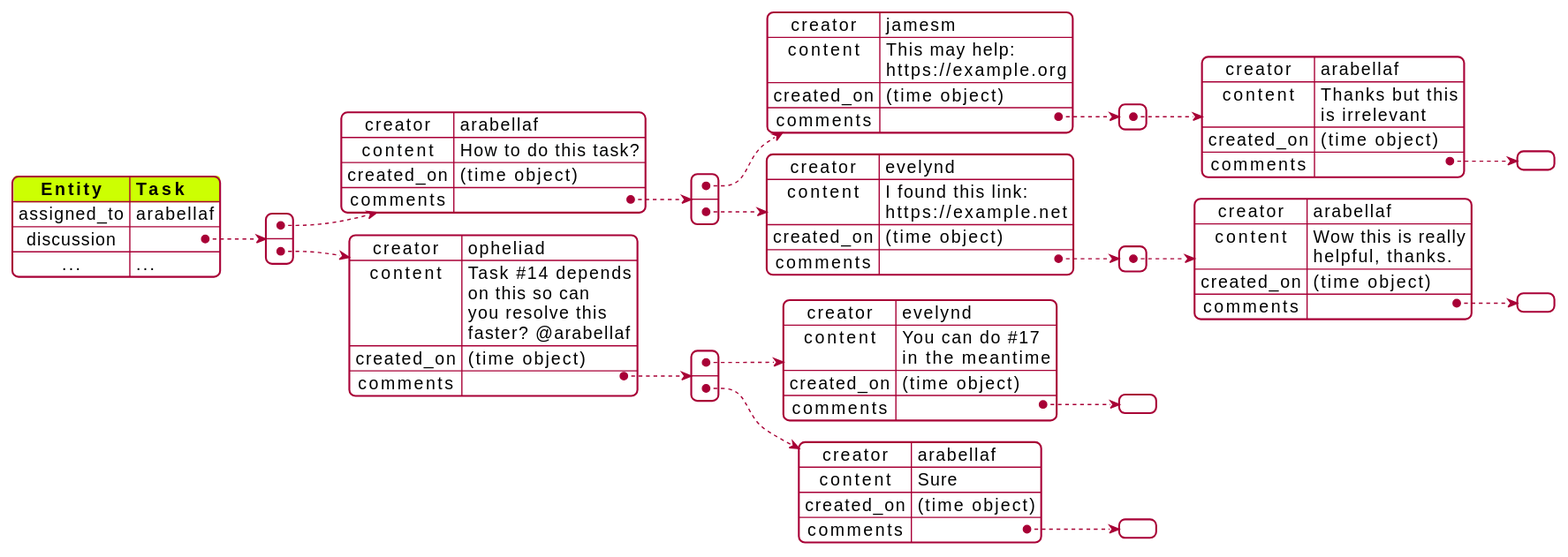
Huy-Ngo/acanban keeps this PlantUML diagram as _images/discussion.svg. Above is the earlier version.
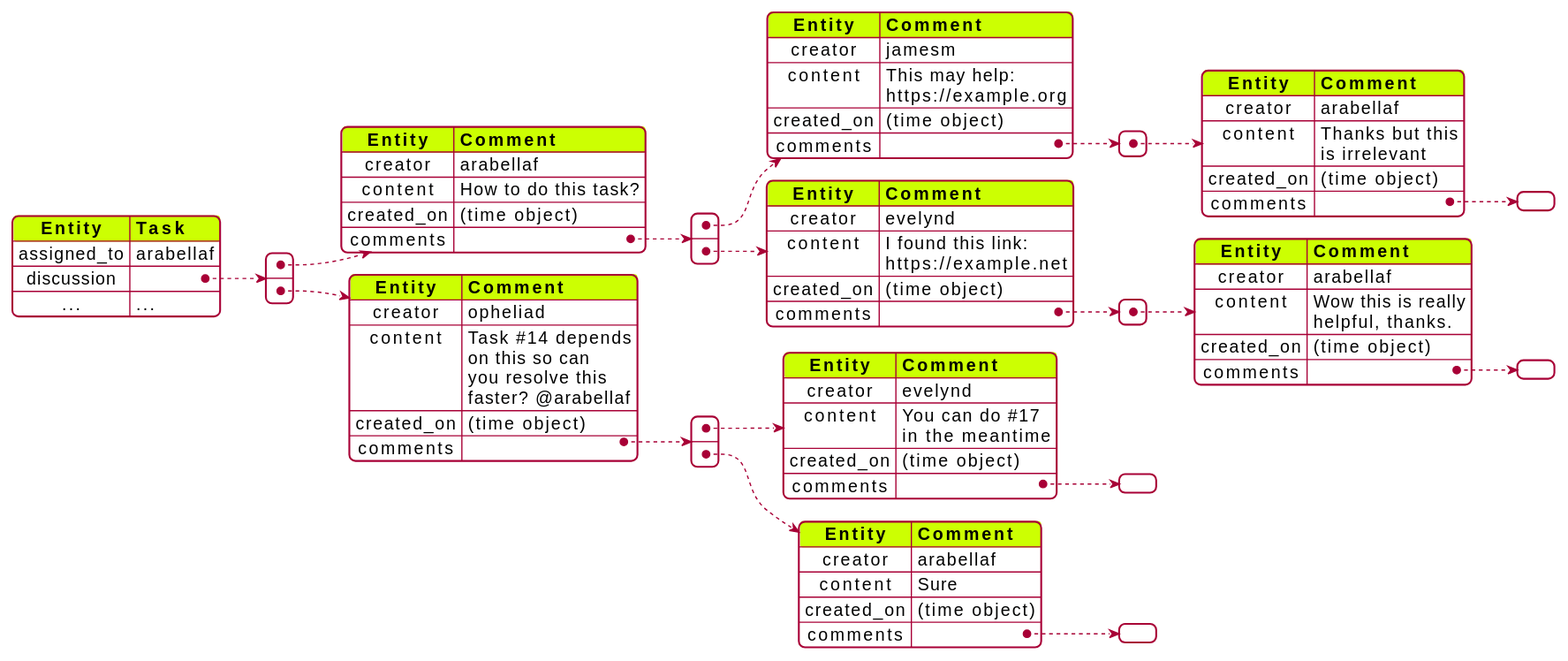
Above is the later version.

The edit, as a diff of the source:
```diff
@@ -1,20 +1,31 @@
 @startjson
 #highlight "**Entity**"
+#highlight "discussion" / "0" / "**Entity**"
+#highlight "discussion" / "1" / "**Entity**"
+#highlight "discussion" / "0" / "comments" / "0" / "**Entity**"
+#highlight "discussion" / "0" / "comments" / "1" / "**Entity**"
+#highlight "discussion" / "0" / "comments" / "0" / "comments" / "0" / "**Entity**"
+#highlight "discussion" / "0" / "comments" / "1" / "comments" / "0" / "**Entity**"
+#highlight "discussion" / "1" / "comments" / "0" / "**Entity**"
+#highlight "discussion" / "1" / "comments" / "1" / "**Entity**"
 {
   "**Entity**": "**Task**",
   "assigned_to": "arabellaf",
   "discussion": [
     {
+      "**Entity**": "**Comment**",
       "creator": "arabellaf",
       "content": "How to do this task?",
       "created_on": "(time object)",
       "comments": [
         {
+          "**Entity**": "**Comment**",
           "creator": "jamesm",
           "content": "This may help:\\nhttps://example.org",
           "created_on": "(time object)",
           "comments": [
             {
+              "**Entity**": "**Comment**",
               "creator": "arabellaf",
               "content": "Thanks but this\\nis irrelevant",
               "created_on": "(time object)",
@@ -23,11 +34,13 @@
           ]
         },
         {
+          "**Entity**": "**Comment**",
           "creator": "evelynd",
           "content": "I found this link:\\nhttps://example.net",
           "created_on": "(time object)",
           "comments": [
             {
+              "**Entity**": "**Comment**",
               "creator": "arabellaf",
               "content": "Wow this is really\\nhelpful, thanks.",
               "created_on": "(time object)",
@@ -38,17 +51,20 @@
       ]
     },
     {
+      "**Entity**": "**Comment**",
       "creator": "opheliad",
       "content": "Task #14 depends\\non this so can\\nyou resolve this\\nfaster? @arabellaf",
       "created_on": "(time object)",
       "comments": [
         {
+          "**Entity**": "**Comment**",
           "creator": "evelynd",
           "content": "You can do #17\\nin the meantime",
           "created_on": "(time object)",
           "comments": []
         },
 	{
+          "**Entity**": "**Comment**",
 	  "creator": "arabellaf",
 	  "content": "Sure",
 	  "created_on": "(time object)",
@@ -59,5 +75,4 @@
   ],
   "...": "..."
 }
-
 @endjson
```
